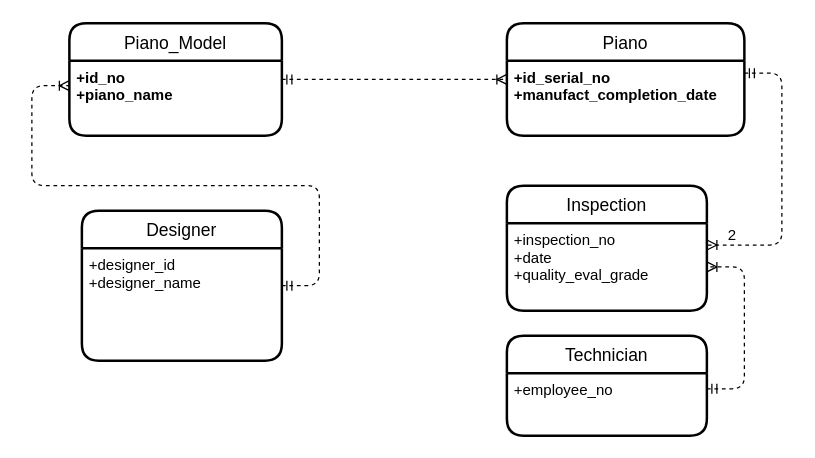
The draw.io diagram page "er-diagram" (2 of 2) of er_diagram_piano.drawio in meetsomto/dbs, before the edit. Source tidied: cells renumbered, new cells numbered last; positions are measured from the earlier drawing's top-left corner, leaving out a move shared by most shapes. Both pictures are drawn from the tidied source at 125%, with x=0, y=0 at pixel (69, 22).
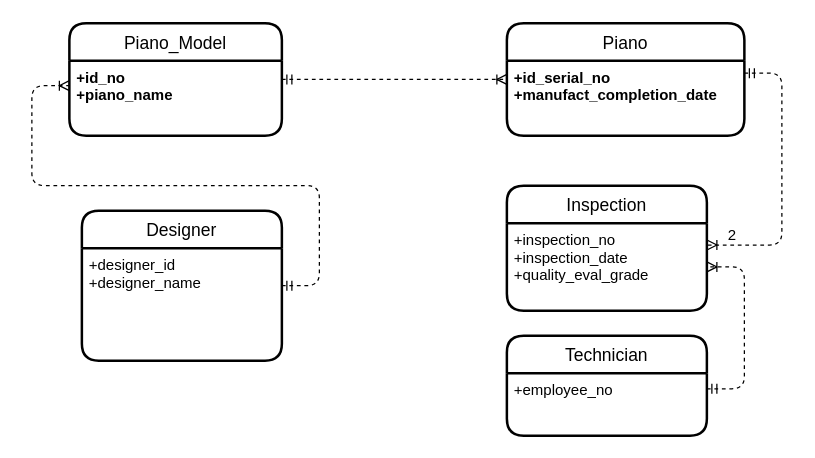
The same diagram, later.

The change refers to these unchanged cells:
```xml
<mxCell id="11" value="Inspection" style="swimlane;horizontal=1;startSize=30;rounded=1;fontSize=14;fontStyle=0;strokeWidth=2;shadow=0;dashed=0;align=center;" parent="1" vertex="1">
  <mxGeometry x="350" y="130" width="160" height="100" as="geometry" />
</mxCell>
```

Change to the diagram source:
```diff
@@
-    <mxCell id="12" value="+inspection_no&#10;+date&#10;+quality_eval_grade" style="align=left;strokeColor=none;fillColor=none;spacingLeft=4;fontSize=12;verticalAlign=top;" parent="11" vertex="1">
+    <mxCell id="12" value="+inspection_no&#10;+inspection_date&#10;+quality_eval_grade" style="align=left;strokeColor=none;fillColor=none;spacingLeft=4;fontSize=12;verticalAlign=top;" parent="11" vertex="1">
       <mxGeometry y="30" width="160" height="70" as="geometry" />
     </mxCell>
```
